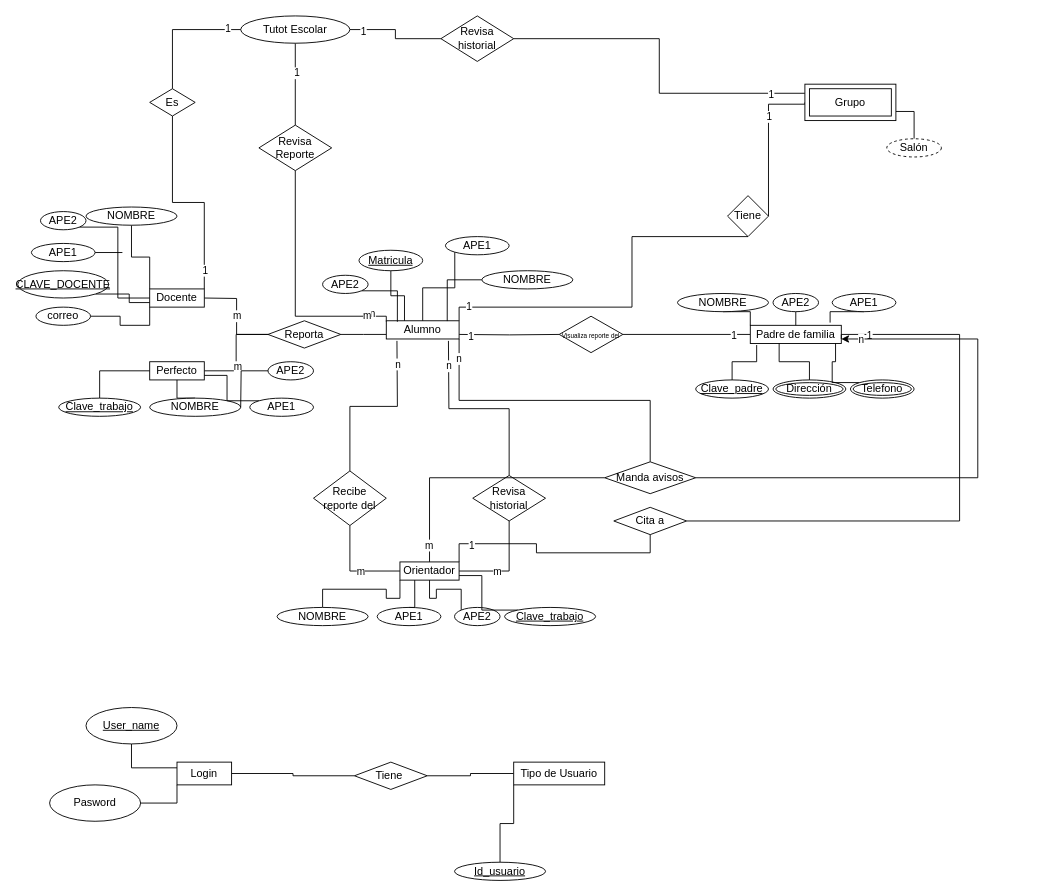
Above: Diagrama sin título.drawio in Ismael137O/DIAGRAMA_ENTIDAD_TELACI-N (draw.io), before the change. Source tidied: cells renumbered, new cells numbered last; positions are measured from the earlier drawing's top-left corner, leaving out a move shared by most shapes. Both pictures are drawn from the tidied source at 91%, with x=0, y=0 at pixel (17, 15).
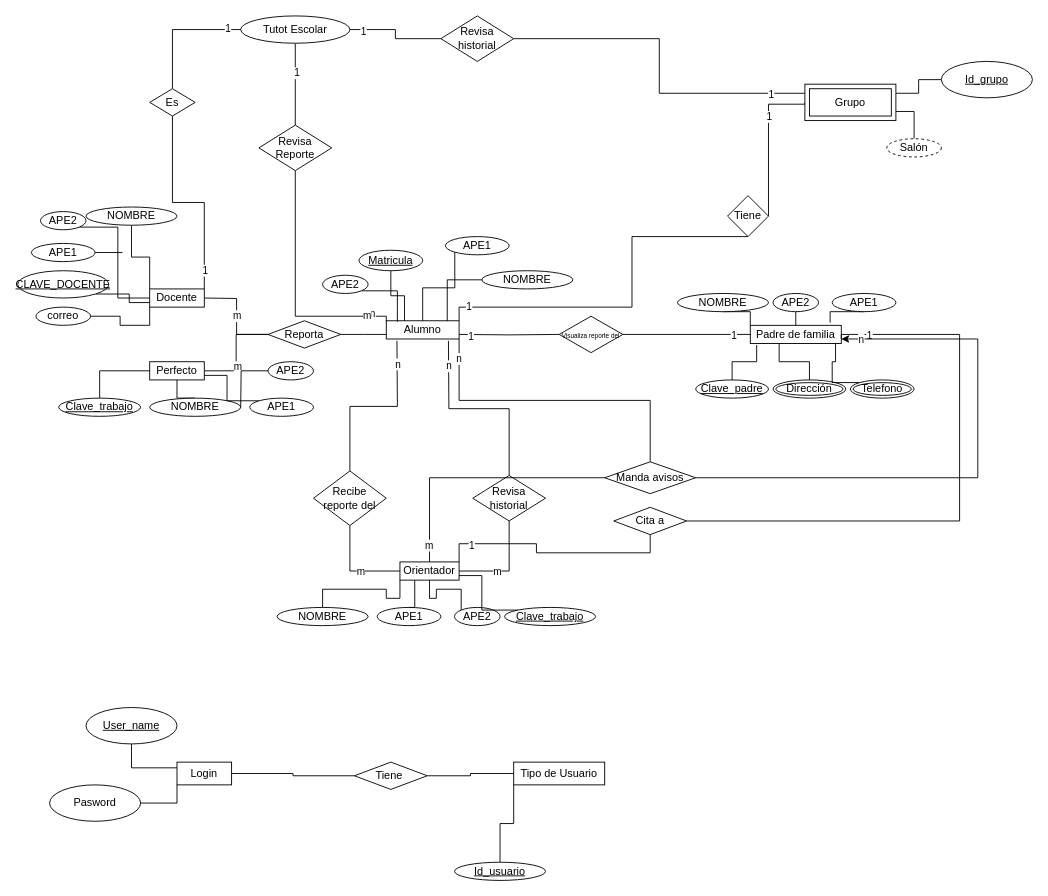
After the change.

Unchanged cells that the change refers to:
```xml
<mxCell id="116" value="Grupo" style="shape=ext;margin=3;double=1;whiteSpace=wrap;html=1;align=center;" parent="1" vertex="1">
  <mxGeometry x="865" y="75" width="100" height="40" as="geometry" />
</mxCell>
```

Diff of the diagram source:
```diff
@@
+    <mxCell id="124" style="edgeStyle=orthogonalEdgeStyle;rounded=0;jettySize=auto;html=1;entryX=1;entryY=0.25;entryDx=0;entryDy=0;endArrow=none;endFill=0;" parent="1" edge="1" source="125" target="116">
+      <mxGeometry relative="1" as="geometry" />
+    </mxCell>
+    <mxCell id="125" value="Id_grupo" style="ellipse;whiteSpace=wrap;html=1;align=center;fontStyle=4;" parent="1" vertex="1">
+      <mxGeometry x="1015" y="50" width="100" height="40" as="geometry" />
+    </mxCell>
```
